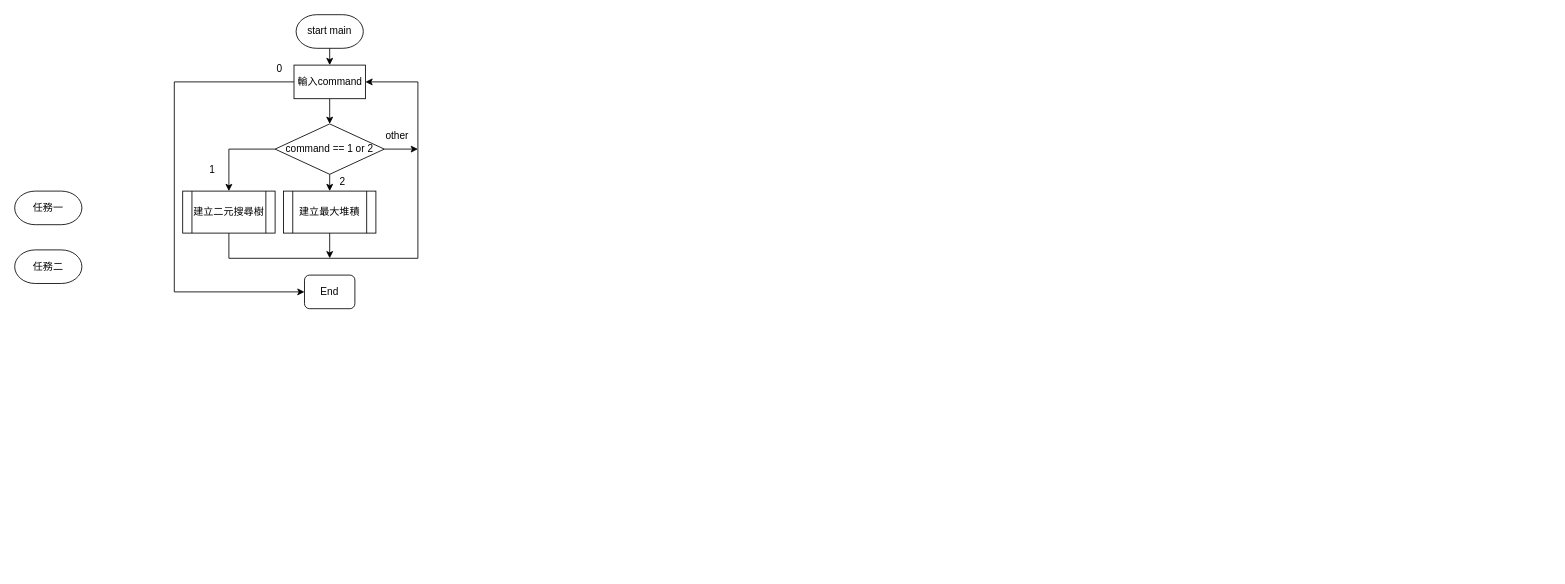
Earlier version of the draw.io diagram DS1ex5_19_11127137_11127152/未命名绘图.drawio (ja-errorpro/CYCS_DS). Source tidied: cells renumbered, new cells numbered last; positions are measured from the earlier drawing's top-left corner, leaving out a move shared by most shapes. Both pictures are drawn from the tidied source at 84%, with x=0, y=0 at pixel (14, 14).
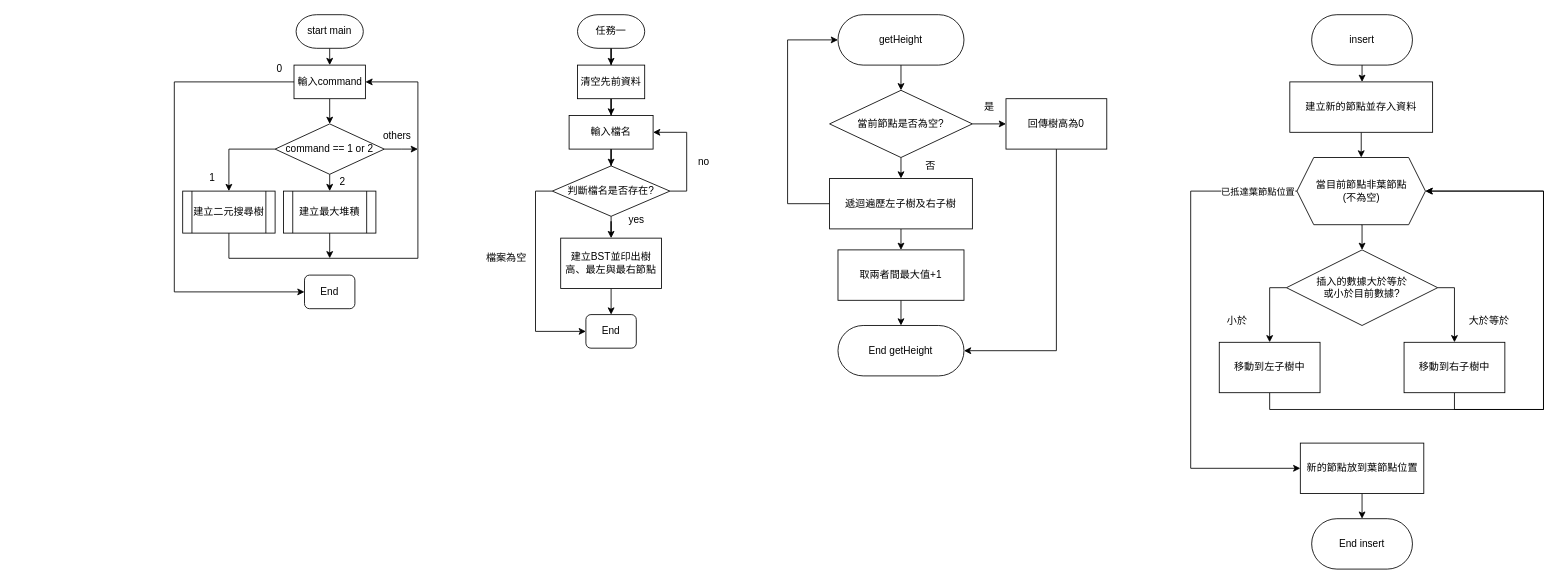
After the change.

Commit message:
作業五case1流程圖

Change to the diagram source:
```diff
@@
     <mxCell id="17" value="1" style="text;html=1;align=center;verticalAlign=middle;strokeColor=none;fillColor=none;" parent="1" vertex="1">
-      <mxGeometry x="220" y="170" width="30" height="30" as="geometry" />
+      <mxGeometry x="220" y="180" width="30" height="30" as="geometry" />
     </mxCell>
@@
-    <mxCell id="19" value="other" style="text;html=1;align=center;verticalAlign=middle;strokeColor=none;fillColor=none;" parent="1" vertex="1">
-      <mxGeometry x="430" y="130" width="50" height="30" as="geometry" />
+    <mxCell id="19" value="others" style="text;html=1;align=center;verticalAlign=middle;strokeColor=none;fillColor=none;" parent="1" vertex="1">
+      <mxGeometry x="425" y="130" width="60" height="30" as="geometry" />
     </mxCell>
+    <mxCell id="22" style="edgeStyle=orthogonalEdgeStyle;rounded=0;jettySize=auto;html=1;" parent="1" edge="1" source="20" target="24">
+      <mxGeometry relative="1" as="geometry" />
+    </mxCell>
     <mxCell id="20" value="任務一" style="strokeWidth=1;html=1;shape=mxgraph.flowchart.terminator;whiteSpace=wrap;strokeColor=default;" parent="1" vertex="1">
-      <mxGeometry y="210" width="80" height="40" as="geometry" />
+      <mxGeometry x="670" width="80" height="40" as="geometry" />
     </mxCell>
-    <mxCell id="21" value="任務二" style="strokeWidth=1;html=1;shape=mxgraph.flowchart.terminator;whiteSpace=wrap;strokeColor=default;" parent="1" vertex="1">
-      <mxGeometry y="280" width="80" height="40" as="geometry" />
-    </mxCell>
+    <mxCell id="23" style="edgeStyle=orthogonalEdgeStyle;rounded=0;jettySize=auto;html=1;" parent="1" edge="1" source="24" target="26">
+      <mxGeometry relative="1" as="geometry" />
+    </mxCell>
+    <mxCell id="24" value="清空先前資料" style="whiteSpace=wrap;html=1;" parent="1" vertex="1">
+      <mxGeometry x="670" y="60" width="80" height="40" as="geometry" />
+    </mxCell>
+    <mxCell id="25" style="edgeStyle=orthogonalEdgeStyle;rounded=0;jettySize=auto;html=1;" parent="1" edge="1" source="26" target="30">
+      <mxGeometry relative="1" as="geometry" />
+    </mxCell>
+    <mxCell id="26" value="輸入檔名" style="whiteSpace=wrap;html=1;" parent="1" vertex="1">
+      <mxGeometry x="660" y="120" width="100" height="40" as="geometry" />
+    </mxCell>
+    <mxCell id="27" style="edgeStyle=orthogonalEdgeStyle;rounded=0;jettySize=auto;html=1;exitX=1;exitY=0.5;exitDx=0;exitDy=0;entryX=1;entryY=0.5;entryDx=0;entryDy=0;" parent="1" edge="1" source="30" target="26">
+      <mxGeometry relative="1" as="geometry" />
+    </mxCell>
+    <mxCell id="28" style="edgeStyle=orthogonalEdgeStyle;rounded=0;jettySize=auto;html=1;" parent="1" edge="1" source="30" target="33">
+      <mxGeometry relative="1" as="geometry" />
+    </mxCell>
+    <mxCell id="29" style="edgeStyle=orthogonalEdgeStyle;rounded=0;jettySize=auto;html=1;exitX=0;exitY=0.5;exitDx=0;exitDy=0;entryX=0;entryY=0.5;entryDx=0;entryDy=0;" parent="1" edge="1" source="30" target="35">
+      <mxGeometry relative="1" as="geometry" />
+    </mxCell>
+    <mxCell id="30" value="判斷檔名是否存在?" style="rhombus;whiteSpace=wrap;html=1;" parent="1" vertex="1">
+      <mxGeometry x="640" y="180" width="140" height="60" as="geometry" />
+    </mxCell>
+    <mxCell id="31" value="no" style="text;html=1;align=center;verticalAlign=middle;strokeColor=none;fillColor=none;" parent="1" vertex="1">
+      <mxGeometry x="800" y="160" width="40" height="30" as="geometry" />
+    </mxCell>
+    <mxCell id="32" style="edgeStyle=orthogonalEdgeStyle;rounded=0;jettySize=auto;html=1;exitX=0.5;exitY=1;exitDx=0;exitDy=0;entryX=0.5;entryY=0;entryDx=0;entryDy=0;" parent="1" edge="1" source="33" target="35">
+      <mxGeometry relative="1" as="geometry" />
+    </mxCell>
+    <mxCell id="33" value="建立BST並印出樹高、最左與最右節點" style="whiteSpace=wrap;html=1;" parent="1" vertex="1">
+      <mxGeometry x="650" y="266" width="120" height="60" as="geometry" />
+    </mxCell>
+    <mxCell id="34" value="yes" style="text;html=1;align=center;verticalAlign=middle;strokeColor=none;fillColor=none;" parent="1" vertex="1">
+      <mxGeometry x="720" y="230" width="40" height="30" as="geometry" />
+    </mxCell>
+    <mxCell id="35" value="End" style="rounded=1;whiteSpace=wrap;html=1;" parent="1" vertex="1">
+      <mxGeometry x="680" y="357" width="60" height="40" as="geometry" />
+    </mxCell>
+    <mxCell id="36" value="檔案為空" style="text;html=1;align=center;verticalAlign=middle;strokeColor=none;fillColor=none;" parent="1" vertex="1">
+      <mxGeometry x="550" y="275" width="70" height="30" as="geometry" />
+    </mxCell>
+    <mxCell id="37" style="edgeStyle=orthogonalEdgeStyle;rounded=0;jettySize=auto;html=1;exitX=0.5;exitY=1;exitDx=0;exitDy=0;entryX=0.5;entryY=0;entryDx=0;entryDy=0;" parent="1" edge="1" source="38">
+      <mxGeometry relative="1" as="geometry">
+        <mxPoint x="1055.1" y="90" as="targetPoint" />
+      </mxGeometry>
+    </mxCell>
+    <mxCell id="38" value="getHeight" style="rounded=1;whiteSpace=wrap;html=1;arcSize=50;" parent="1" vertex="1">
+      <mxGeometry x="980.1" width="150" height="60" as="geometry" />
+    </mxCell>
+    <mxCell id="39" style="edgeStyle=orthogonalEdgeStyle;rounded=0;jettySize=auto;html=1;exitX=0.5;exitY=1;exitDx=0;exitDy=0;entryX=0.5;entryY=0;entryDx=0;entryDy=0;" parent="1" edge="1" source="41" target="44">
+      <mxGeometry relative="1" as="geometry" />
+    </mxCell>
+    <mxCell id="40" style="edgeStyle=orthogonalEdgeStyle;rounded=0;jettySize=auto;html=1;exitX=1;exitY=0.5;exitDx=0;exitDy=0;entryX=0;entryY=0.5;entryDx=0;entryDy=0;" parent="1" edge="1" source="41" target="47">
+      <mxGeometry relative="1" as="geometry" />
+    </mxCell>
+    <mxCell id="41" value="當前節點是否為空?" style="rhombus;whiteSpace=wrap;html=1;" parent="1" vertex="1">
+      <mxGeometry x="970.1" y="90" width="170" height="80" as="geometry" />
+    </mxCell>
+    <mxCell id="42" style="edgeStyle=orthogonalEdgeStyle;rounded=0;jettySize=auto;html=1;exitX=0;exitY=0.5;exitDx=0;exitDy=0;entryX=0;entryY=0.5;entryDx=0;entryDy=0;" parent="1" edge="1" source="44" target="38">
+      <mxGeometry relative="1" as="geometry">
+        <Array as="points">
+          <mxPoint x="920.1" y="225" />
+          <mxPoint x="920.1" y="30" />
+        </Array>
+      </mxGeometry>
+    </mxCell>
+    <mxCell id="43" style="edgeStyle=orthogonalEdgeStyle;rounded=0;jettySize=auto;html=1;exitX=0.5;exitY=1;exitDx=0;exitDy=0;" parent="1" edge="1" source="44">
+      <mxGeometry relative="1" as="geometry">
+        <mxPoint x="1055.1" y="280" as="targetPoint" />
+      </mxGeometry>
+    </mxCell>
+    <mxCell id="44" value="遞迴遍歷左子樹及右子樹" style="whiteSpace=wrap;html=1;" parent="1" vertex="1">
+      <mxGeometry x="970.1" y="195" width="170" height="60" as="geometry" />
+    </mxCell>
+    <mxCell id="45" value="是" style="text;html=1;align=center;verticalAlign=middle;strokeColor=none;fillColor=none;" parent="1" vertex="1">
+      <mxGeometry x="1140.1" y="95" width="40" height="30" as="geometry" />
+    </mxCell>
+    <mxCell id="46" style="edgeStyle=orthogonalEdgeStyle;rounded=0;jettySize=auto;html=1;exitX=0.5;exitY=1;exitDx=0;exitDy=0;entryX=1;entryY=0.5;entryDx=0;entryDy=0;" parent="1" edge="1" source="47" target="51">
+      <mxGeometry relative="1" as="geometry" />
+    </mxCell>
+    <mxCell id="47" value="回傳樹高為0" style="whiteSpace=wrap;html=1;" parent="1" vertex="1">
+      <mxGeometry x="1180.1" y="100" width="120" height="60" as="geometry" />
+    </mxCell>
+    <mxCell id="48" value="否" style="text;html=1;align=center;verticalAlign=middle;strokeColor=none;fillColor=none;" parent="1" vertex="1">
+      <mxGeometry x="1070.1" y="165" width="40" height="30" as="geometry" />
+    </mxCell>
+    <mxCell id="49" style="edgeStyle=orthogonalEdgeStyle;rounded=0;jettySize=auto;html=1;exitX=0.5;exitY=1;exitDx=0;exitDy=0;entryX=0.5;entryY=0;entryDx=0;entryDy=0;" parent="1" edge="1" source="50" target="51">
+      <mxGeometry relative="1" as="geometry" />
+    </mxCell>
+    <mxCell id="50" value="取兩者間最大值+1" style="whiteSpace=wrap;html=1;" parent="1" vertex="1">
+      <mxGeometry x="980.1" y="280" width="150" height="60" as="geometry" />
+    </mxCell>
+    <mxCell id="51" value="End getHeight" style="rounded=1;whiteSpace=wrap;html=1;arcSize=50;" parent="1" vertex="1">
+      <mxGeometry x="980.1" y="370" width="150" height="60" as="geometry" />
+    </mxCell>
+    <mxCell id="52" style="edgeStyle=orthogonalEdgeStyle;rounded=0;jettySize=auto;html=1;exitX=0.5;exitY=1;exitDx=0;exitDy=0;entryX=0.5;entryY=0;entryDx=0;entryDy=0;" parent="1" edge="1" source="53">
+      <mxGeometry relative="1" as="geometry">
+        <mxPoint x="1604" y="80" as="targetPoint" />
+      </mxGeometry>
+    </mxCell>
+    <mxCell id="53" value="insert" style="rounded=1;whiteSpace=wrap;html=1;arcSize=50;" parent="1" vertex="1">
+      <mxGeometry x="1544" width="120" height="60" as="geometry" />
+    </mxCell>
+    <mxCell id="54" style="edgeStyle=orthogonalEdgeStyle;rounded=0;jettySize=auto;html=1;exitX=0.5;exitY=1;exitDx=0;exitDy=0;entryX=0.5;entryY=0;entryDx=0;entryDy=0;" parent="1" edge="1" source="55" target="62">
+      <mxGeometry relative="1" as="geometry" />
+    </mxCell>
+    <mxCell id="55" value="建立新的節點並存入資料" style="rounded=0;whiteSpace=wrap;html=1;" parent="1" vertex="1">
+      <mxGeometry x="1518" y="80" width="170" height="60" as="geometry" />
+    </mxCell>
+    <mxCell id="56" style="edgeStyle=orthogonalEdgeStyle;rounded=0;jettySize=auto;html=1;exitX=0;exitY=0.5;exitDx=0;exitDy=0;entryX=0.5;entryY=0;entryDx=0;entryDy=0;" parent="1" edge="1" source="58" target="64">
+      <mxGeometry relative="1" as="geometry" />
+    </mxCell>
+    <mxCell id="57" style="edgeStyle=orthogonalEdgeStyle;rounded=0;jettySize=auto;html=1;exitX=1;exitY=0.5;exitDx=0;exitDy=0;" parent="1" edge="1" source="58" target="66">
+      <mxGeometry relative="1" as="geometry" />
+    </mxCell>
+    <mxCell id="58" value="插入的數據大於等於&lt;br&gt;或小於目前數據?" style="rhombus;whiteSpace=wrap;html=1;" parent="1" vertex="1">
+      <mxGeometry x="1514" y="280" width="180" height="90" as="geometry" />
+    </mxCell>
+    <mxCell id="59" style="edgeStyle=orthogonalEdgeStyle;rounded=0;jettySize=auto;html=1;exitX=0.5;exitY=1;exitDx=0;exitDy=0;entryX=0.5;entryY=0;entryDx=0;entryDy=0;" parent="1" edge="1" source="62" target="58">
+      <mxGeometry relative="1" as="geometry" />
+    </mxCell>
+    <mxCell id="60" style="edgeStyle=orthogonalEdgeStyle;rounded=0;jettySize=auto;html=1;entryX=0;entryY=0.5;entryDx=0;entryDy=0;" parent="1" edge="1" source="62" target="70">
+      <mxGeometry relative="1" as="geometry">
+        <Array as="points">
+          <mxPoint x="1400" y="210" />
+          <mxPoint x="1400" y="540" />
+        </Array>
+      </mxGeometry>
+    </mxCell>
+    <mxCell id="61" value="已抵達葉節點位置" style="edgeLabel;html=1;align=center;verticalAlign=middle;" parent="60" vertex="1">
+      <mxGeometry x="-0.84" relative="1" as="geometry" />
+    </mxCell>
+    <mxCell id="62" value="當目前節點非葉節點&lt;br&gt;(不為空)" style="shape=hexagon;perimeter=hexagonPerimeter2;whiteSpace=wrap;html=1;fixedSize=1;" parent="1" vertex="1">
+      <mxGeometry x="1526.5" y="170" width="153" height="80" as="geometry" />
+    </mxCell>
+    <mxCell id="63" style="edgeStyle=orthogonalEdgeStyle;rounded=0;jettySize=auto;html=1;entryX=1;entryY=0.5;entryDx=0;entryDy=0;" parent="1" edge="1" source="64" target="62">
+      <mxGeometry relative="1" as="geometry">
+        <Array as="points">
+          <mxPoint x="1494" y="470" />
+          <mxPoint x="1820" y="470" />
+          <mxPoint x="1820" y="210" />
+        </Array>
+      </mxGeometry>
+    </mxCell>
+    <mxCell id="64" value="移動到左子樹中" style="whiteSpace=wrap;html=1;" parent="1" vertex="1">
+      <mxGeometry x="1434" y="390" width="120" height="60" as="geometry" />
+    </mxCell>
+    <mxCell id="65" style="edgeStyle=orthogonalEdgeStyle;rounded=0;jettySize=auto;html=1;entryX=1;entryY=0.5;entryDx=0;entryDy=0;" parent="1" edge="1" source="66" target="62">
+      <mxGeometry relative="1" as="geometry">
+        <Array as="points">
+          <mxPoint x="1714" y="470" />
+          <mxPoint x="1820" y="470" />
+          <mxPoint x="1820" y="210" />
+        </Array>
+      </mxGeometry>
+    </mxCell>
+    <mxCell id="66" value="移動到右子樹中" style="whiteSpace=wrap;html=1;" parent="1" vertex="1">
+      <mxGeometry x="1654" y="390" width="120" height="60" as="geometry" />
+    </mxCell>
+    <mxCell id="67" value="大於等於" style="text;html=1;align=center;verticalAlign=middle;strokeColor=none;fillColor=none;" parent="1" vertex="1">
+      <mxGeometry x="1720" y="350" width="70" height="30" as="geometry" />
+    </mxCell>
+    <mxCell id="68" value="小於" style="text;html=1;align=center;verticalAlign=middle;strokeColor=none;fillColor=none;" parent="1" vertex="1">
+      <mxGeometry x="1430" y="350" width="50" height="30" as="geometry" />
+    </mxCell>
+    <mxCell id="69" style="edgeStyle=orthogonalEdgeStyle;rounded=0;jettySize=auto;html=1;exitX=0.5;exitY=1;exitDx=0;exitDy=0;entryX=0.5;entryY=0;entryDx=0;entryDy=0;" parent="1" edge="1" source="70">
+      <mxGeometry relative="1" as="geometry">
+        <mxPoint x="1604" y="600" as="targetPoint" />
+      </mxGeometry>
+    </mxCell>
+    <mxCell id="70" value="新的節點放到葉節點位置" style="whiteSpace=wrap;html=1;" parent="1" vertex="1">
+      <mxGeometry x="1530.5" y="510" width="147" height="60" as="geometry" />
+    </mxCell>
+    <mxCell id="71" value="End insert" style="rounded=1;whiteSpace=wrap;html=1;arcSize=50;" parent="1" vertex="1">
+      <mxGeometry x="1544" y="600" width="120" height="60" as="geometry" />
+    </mxCell>
```
